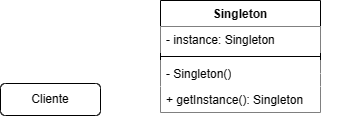
The draw.io diagram padroes-de-projetos/Singleton/UML/SingletonUML.png in MurilowJr/bertoti, before a commit. Source tidied: cells renumbered, new cells last; positions are measured from the earlier drawing's top-left corner, leaving out a move shared by most shapes. Its diagram source:
```xml
<mxGraphModel>
  <root>
    <mxCell id="0" />
    <mxCell id="1" parent="0" />
    <mxCell id="2" value="Singleton" style="swimlane;fontStyle=1;align=center;verticalAlign=top;horizontal=1;startSize=26;whiteSpace=wrap;html=1;" parent="1" vertex="1">
      <mxGeometry x="160" width="160" height="112" as="geometry" />
    </mxCell>
    <mxCell id="3" value="- instance: Singleton" style="text;strokeColor=none;fillColor=default;align=left;verticalAlign=top;spacingLeft=4;spacingRight=4;overflow=hidden;points=[[0,0.5],[1,0.5]];portConstraint=eastwest;whiteSpace=wrap;html=1;" parent="2" vertex="1">
      <mxGeometry y="26" width="160" height="26" as="geometry" />
    </mxCell>
    <mxCell id="4" style="line;strokeWidth=1;fillColor=none;align=left;verticalAlign=middle;spacingTop=-1;spacingLeft=3;spacingRight=3;labelPosition=right;strokeColor=inherit;" parent="2" vertex="1">
      <mxGeometry y="52" width="160" height="8" as="geometry" />
    </mxCell>
    <mxCell id="5" value="- Singleton()" style="text;strokeColor=none;fillColor=default;align=left;verticalAlign=top;spacingLeft=4;spacingRight=4;overflow=hidden;points=[[0,0.5],[1,0.5]];portConstraint=eastwest;whiteSpace=wrap;html=1;" parent="2" vertex="1">
      <mxGeometry y="60" width="160" height="26" as="geometry" />
    </mxCell>
    <mxCell id="6" value="+ getInstance(): Singleton" style="text;strokeColor=none;fillColor=default;align=left;verticalAlign=top;spacingLeft=4;spacingRight=4;overflow=hidden;points=[[0,0.5],[1,0.5]];portConstraint=eastwest;whiteSpace=wrap;html=1;" parent="2" vertex="1">
      <mxGeometry y="86" width="160" height="26" as="geometry" />
    </mxCell>
    <mxCell id="7" style="edgeStyle=orthogonalEdgeStyle;jettySize=auto;html=1;exitX=1;exitY=0.5;exitDx=0;exitDy=0;entryX=1.017;entryY=-0.154;entryDx=0;entryDy=0;entryPerimeter=0;rounded=0;strokeColor=#ffffff;" parent="2" edge="1" source="5" target="3">
      <mxGeometry relative="1" as="geometry" />
    </mxCell>
    <mxCell id="8" style="edgeStyle=orthogonalEdgeStyle;rounded=0;jettySize=auto;html=1;exitX=1;exitY=0.5;exitDx=0;exitDy=0;entryX=0;entryY=0.5;entryDx=0;entryDy=0;strokeColor=#ffffff;" parent="1" edge="1" source="9" target="6">
      <mxGeometry relative="1" as="geometry" />
    </mxCell>
    <mxCell id="9" value="Cliente" style="rounded=1;whiteSpace=wrap;html=1;" parent="1" vertex="1">
      <mxGeometry y="83" width="100" height="32" as="geometry" />
    </mxCell>
  </root>
</mxGraphModel>
```
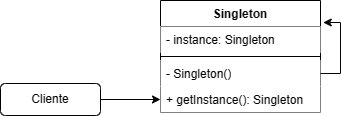
The same file after the commit.

Diff of the diagram source:
```diff
@@ -17,10 +17,10 @@
     <mxCell id="6" value="+ getInstance(): Singleton" style="text;strokeColor=none;fillColor=default;align=left;verticalAlign=top;spacingLeft=4;spacingRight=4;overflow=hidden;points=[[0,0.5],[1,0.5]];portConstraint=eastwest;whiteSpace=wrap;html=1;" parent="2" vertex="1">
       <mxGeometry y="86" width="160" height="26" as="geometry" />
     </mxCell>
-    <mxCell id="7" style="edgeStyle=orthogonalEdgeStyle;jettySize=auto;html=1;exitX=1;exitY=0.5;exitDx=0;exitDy=0;entryX=1.017;entryY=-0.154;entryDx=0;entryDy=0;entryPerimeter=0;rounded=0;strokeColor=#ffffff;" parent="2" edge="1" source="5" target="3">
+    <mxCell id="7" style="edgeStyle=orthogonalEdgeStyle;jettySize=auto;html=1;exitX=1;exitY=0.5;exitDx=0;exitDy=0;entryX=1.017;entryY=-0.154;entryDx=0;entryDy=0;entryPerimeter=0;rounded=0;strokeColor=#050505;" parent="2" edge="1" source="5" target="3">
       <mxGeometry relative="1" as="geometry" />
     </mxCell>
-    <mxCell id="8" style="edgeStyle=orthogonalEdgeStyle;rounded=0;jettySize=auto;html=1;exitX=1;exitY=0.5;exitDx=0;exitDy=0;entryX=0;entryY=0.5;entryDx=0;entryDy=0;strokeColor=#ffffff;" parent="1" edge="1" source="9" target="6">
+    <mxCell id="8" style="edgeStyle=orthogonalEdgeStyle;rounded=0;jettySize=auto;html=1;exitX=1;exitY=0.5;exitDx=0;exitDy=0;entryX=0;entryY=0.5;entryDx=0;entryDy=0;" parent="1" edge="1" source="9" target="6">
       <mxGeometry relative="1" as="geometry" />
     </mxCell>
     <mxCell id="9" value="Cliente" style="rounded=1;whiteSpace=wrap;html=1;" parent="1" vertex="1">
```
